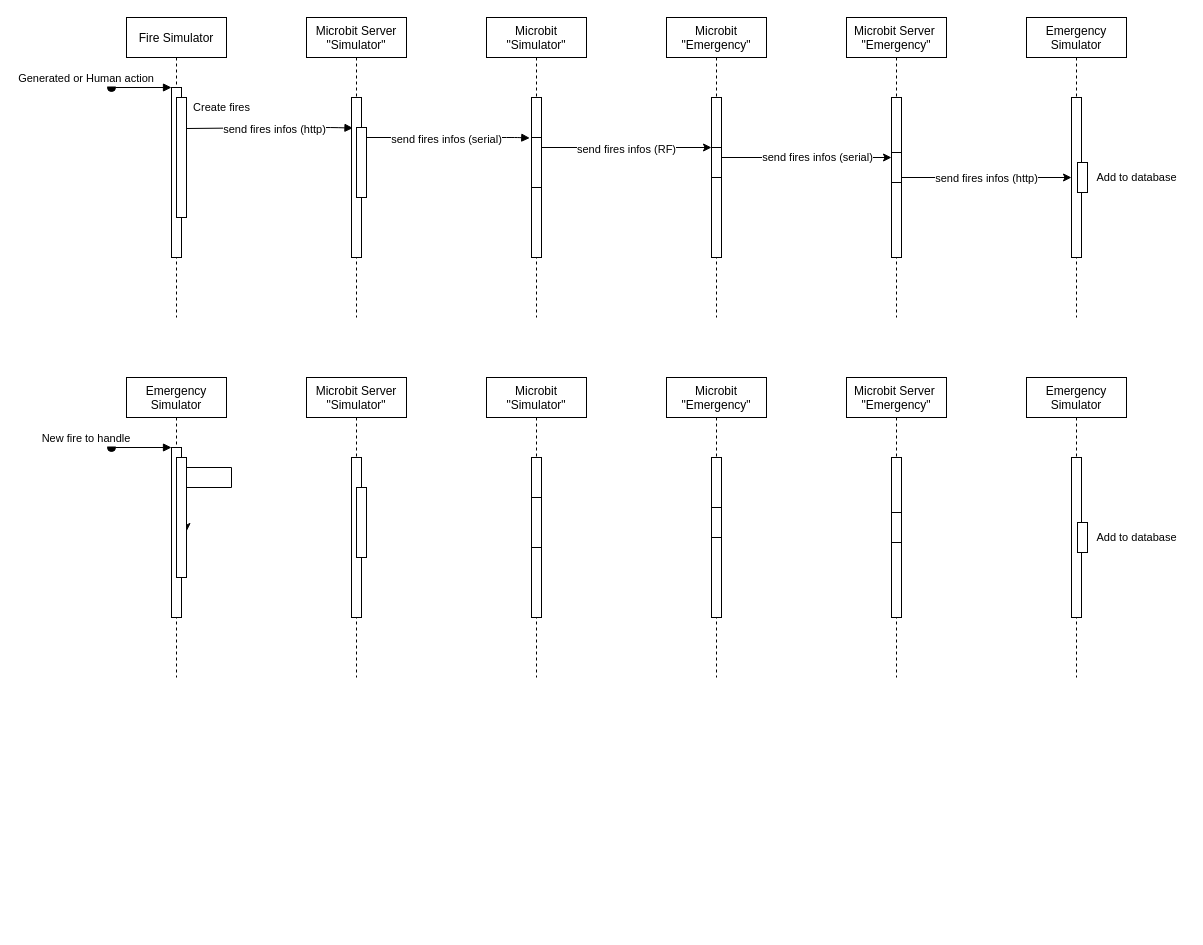
Above: diagrams/Detection feu.drawio in Elyspio/s7-projet-transversal-cpe (draw.io), before the change. Source tidied: cells renumbered, new cells numbered last; positions are measured from the earlier drawing's top-left corner, leaving out a move shared by most shapes. Both pictures are drawn from the tidied source at 100%, with x=0, y=0 at pixel (111, 17).
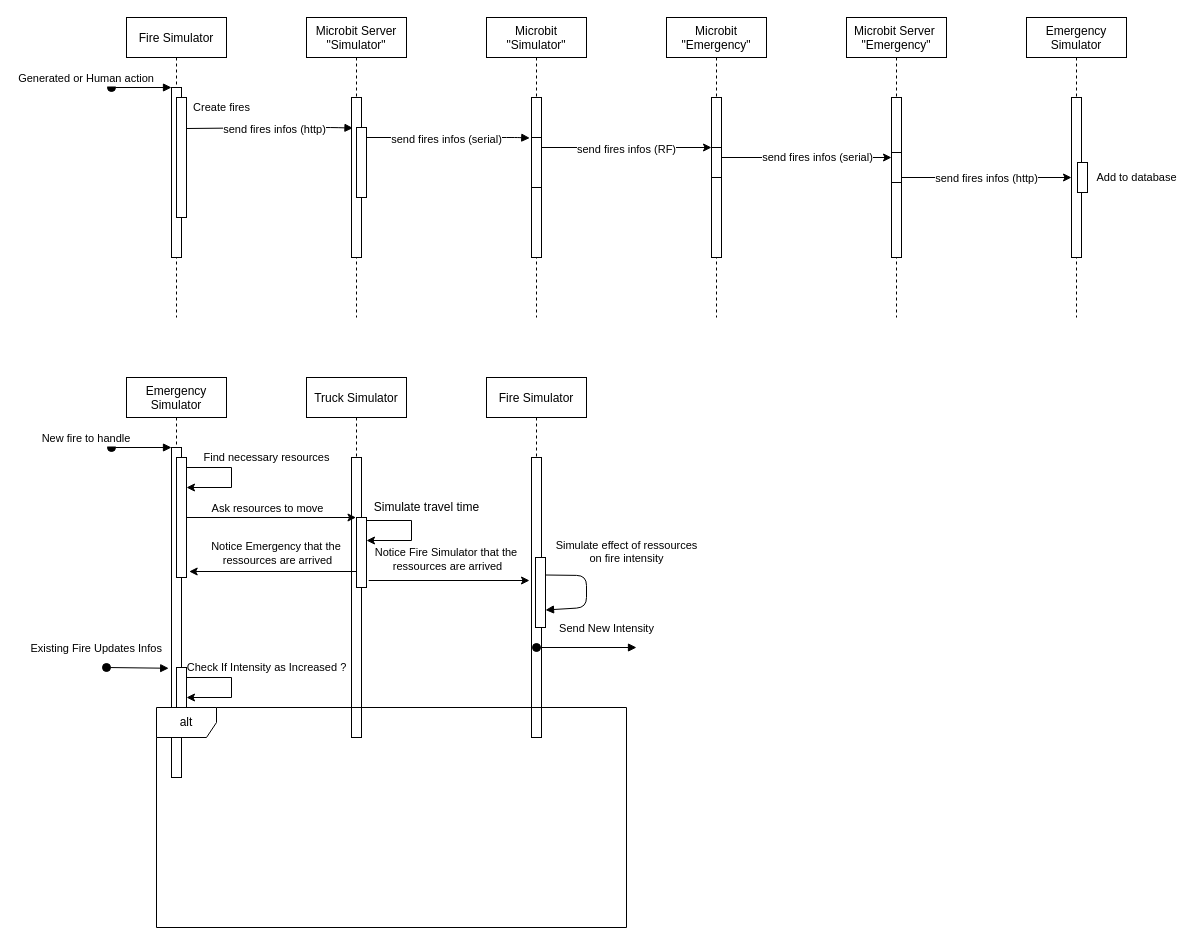
The same page after the edit.

Unchanged cells that the change refers to:
```xml
<mxCell id="52" style="rounded=0;whiteSpace=wrap;html=1;" parent="1" vertex="1">
  <mxGeometry x="65" y="440" width="10" height="120" as="geometry" />
</mxCell>
```

Diff of the diagram source:
```diff
@@
     <mxCell id="34" value="Emergency &#10;Simulator" style="shape=umlLifeline;perimeter=lifelinePerimeter;rounded=0;shadow=0;strokeWidth=1;" parent="1" vertex="1">
-      <mxGeometry x="15" y="360" width="100" height="300" as="geometry" />
+      <mxGeometry x="15" y="360" width="100" height="400" as="geometry" />
     </mxCell>
     <mxCell id="35" style="points=[];perimeter=orthogonalPerimeter;rounded=0;shadow=0;strokeWidth=1;" parent="34" vertex="1">
-      <mxGeometry x="45" y="70" width="10" height="170" as="geometry" />
+      <mxGeometry x="45" y="70" width="10" height="330" as="geometry" />
     </mxCell>
@@
+    <mxCell id="55" style="rounded=0;whiteSpace=wrap;html=1;" parent="34" vertex="1">
+      <mxGeometry x="50" y="290" width="10" height="50" as="geometry" />
+    </mxCell>
-    <mxCell id="37" value="Microbit Server &#10;&quot;Simulator&quot;" style="shape=umlLifeline;perimeter=lifelinePerimeter;rounded=0;shadow=0;strokeWidth=1;" parent="1" vertex="1">
-      <mxGeometry x="195" y="360" width="100" height="300" as="geometry" />
+    <mxCell id="37" value="Truck Simulator" style="shape=umlLifeline;perimeter=lifelinePerimeter;rounded=0;shadow=0;strokeWidth=1;" parent="1" vertex="1">
+      <mxGeometry x="195" y="360" width="100" height="360" as="geometry" />
     </mxCell>
     <mxCell id="38" style="perimeter=orthogonalPerimeter;rounded=0;shadow=0;strokeWidth=1;" parent="37" vertex="1">
-      <mxGeometry x="45" y="80" width="10" height="160" as="geometry" />
+      <mxGeometry x="45" y="80" width="10" height="280" as="geometry" />
     </mxCell>
-    <mxCell id="39" value="Microbit &#10;&quot;Simulator&quot;" style="shape=umlLifeline;perimeter=lifelinePerimeter;rounded=0;shadow=0;strokeWidth=1;" parent="1" vertex="1">
-      <mxGeometry x="375" y="360" width="100" height="300" as="geometry" />
+    <mxCell id="39" value="Fire Simulator" style="shape=umlLifeline;perimeter=lifelinePerimeter;rounded=0;shadow=0;strokeWidth=1;" parent="1" vertex="1">
+      <mxGeometry x="375" y="360" width="100" height="360" as="geometry" />
     </mxCell>
     <mxCell id="40" style="perimeter=orthogonalPerimeter;rounded=0;shadow=0;strokeWidth=1;" parent="39" vertex="1">
-      <mxGeometry x="45" y="80" width="10" height="160" as="geometry" />
+      <mxGeometry x="45" y="80" width="10" height="280" as="geometry" />
     </mxCell>
     <mxCell id="41" style="rounded=0;whiteSpace=wrap;html=1;" parent="39" vertex="1">
-      <mxGeometry x="45" y="120" width="10" height="50" as="geometry" />
+      <mxGeometry x="49" y="180" width="10" height="70" as="geometry" />
     </mxCell>
-    <mxCell id="42" value="Microbit &#10;&quot;Emergency&quot;" style="shape=umlLifeline;perimeter=lifelinePerimeter;rounded=0;shadow=0;strokeWidth=1;" parent="1" vertex="1">
-      <mxGeometry x="555" y="360" width="100" height="300" as="geometry" />
-    </mxCell>
-    <mxCell id="43" style="perimeter=orthogonalPerimeter;rounded=0;shadow=0;strokeWidth=1;" parent="42" vertex="1">
-      <mxGeometry x="45" y="80" width="10" height="160" as="geometry" />
-    </mxCell>
-    <mxCell id="44" style="rounded=0;whiteSpace=wrap;html=1;" parent="42" vertex="1">
-      <mxGeometry x="45" y="130" width="10" height="30" as="geometry" />
-    </mxCell>
-    <mxCell id="45" value="Microbit Server &#10;&quot;Emergency&quot;" style="shape=umlLifeline;perimeter=lifelinePerimeter;rounded=0;shadow=0;strokeWidth=1;" parent="1" vertex="1">
-      <mxGeometry x="735" y="360" width="100" height="300" as="geometry" />
-    </mxCell>
-    <mxCell id="46" style="perimeter=orthogonalPerimeter;rounded=0;shadow=0;strokeWidth=1;" parent="45" vertex="1">
-      <mxGeometry x="45" y="80" width="10" height="160" as="geometry" />
-    </mxCell>
-    <mxCell id="47" style="rounded=0;whiteSpace=wrap;html=1;" parent="45" vertex="1">
-      <mxGeometry x="45" y="135" width="10" height="30" as="geometry" />
-    </mxCell>
-    <mxCell id="48" value="Emergency &#10;Simulator" style="shape=umlLifeline;perimeter=lifelinePerimeter;rounded=0;shadow=0;strokeWidth=1;" parent="1" vertex="1">
-      <mxGeometry x="915" y="360" width="100" height="300" as="geometry" />
-    </mxCell>
-    <mxCell id="49" style="perimeter=orthogonalPerimeter;rounded=0;shadow=0;strokeWidth=1;" parent="48" vertex="1">
-      <mxGeometry x="45" y="80" width="10" height="160" as="geometry" />
-    </mxCell>
-    <mxCell id="50" style="rounded=0;whiteSpace=wrap;html=1;" parent="48" vertex="1">
-      <mxGeometry x="51" y="145" width="10" height="30" as="geometry" />
-    </mxCell>
+    <mxCell id="56" value="Simulate effect of ressources&lt;br&gt;on fire intensity" style="html=1;verticalAlign=bottom;endArrow=block;exitX=1;exitY=0.25;exitDx=0;exitDy=0;entryX=1;entryY=0.75;entryDx=0;entryDy=0;" parent="39" edge="1" source="41" target="41">
+      <mxGeometry x="-0.28" y="41" relative="1" as="geometry">
+        <Array as="points">
+          <mxPoint x="100" y="198" />
+          <mxPoint x="100" y="230" />
+        </Array>
+        <mxPoint x="-1" y="-8" as="offset" />
+      </mxGeometry>
+    </mxCell>
-    <mxCell id="51" style="edgeStyle=orthogonalEdgeStyle;rounded=0;orthogonalLoop=1;jettySize=auto;html=1;entryX=1;entryY=0.75;entryDx=0;entryDy=0;" parent="1" edge="1">
+    <mxCell id="51" style="edgeStyle=orthogonalEdgeStyle;rounded=0;jettySize=auto;html=1;entryX=1;entryY=0.25;entryDx=0;entryDy=0;" parent="1" edge="1" target="52">
       <mxGeometry relative="1" as="geometry">
         <mxPoint x="75" y="484" as="sourcePoint" />
-        <mxPoint x="75" y="514" as="targetPoint" />
         <Array as="points">
           <mxPoint x="75" y="450" />
           <mxPoint x="120" y="450" />
           <mxPoint x="120" y="470" />
-          <mxPoint x="75" y="470" />
         </Array>
       </mxGeometry>
     </mxCell>
+    <mxCell id="57" style="edgeStyle=orthogonalEdgeStyle;rounded=0;jettySize=auto;html=1;" parent="1" edge="1" source="52" target="37">
+      <mxGeometry relative="1" as="geometry">
+        <Array as="points">
+          <mxPoint x="195" y="500" />
+          <mxPoint x="195" y="500" />
+        </Array>
+      </mxGeometry>
+    </mxCell>
+    <mxCell id="58" value="Ask resources to move" style="edgeLabel;html=1;align=center;verticalAlign=middle;" parent="57" vertex="1">
+      <mxGeometry x="-0.25" relative="1" as="geometry">
+        <mxPoint x="16.6" y="-10" as="offset" />
+      </mxGeometry>
+    </mxCell>
@@
+    <mxCell id="59" style="edgeStyle=orthogonalEdgeStyle;rounded=0;jettySize=auto;html=1;exitX=1.219;exitY=0.902;exitDx=0;exitDy=0;exitPerimeter=0;" parent="1" edge="1" source="53">
+      <mxGeometry relative="1" as="geometry">
+        <mxPoint x="418" y="563" as="targetPoint" />
+        <Array as="points">
+          <mxPoint x="418" y="564" />
+        </Array>
+      </mxGeometry>
+    </mxCell>
+    <mxCell id="60" style="edgeStyle=orthogonalEdgeStyle;rounded=0;jettySize=auto;html=1;exitX=0;exitY=0.75;exitDx=0;exitDy=0;entryX=1.267;entryY=0.95;entryDx=0;entryDy=0;entryPerimeter=0;" parent="1" edge="1" source="53" target="52">
+      <mxGeometry relative="1" as="geometry">
+        <Array as="points">
+          <mxPoint x="245" y="554" />
+        </Array>
+      </mxGeometry>
+    </mxCell>
+    <mxCell id="61" value="Notice Emergency that the&amp;nbsp;&lt;br&gt;ressources are arrived" style="edgeLabel;html=1;align=center;verticalAlign=middle;" parent="60" vertex="1">
+      <mxGeometry x="0.17" relative="1" as="geometry">
+        <mxPoint x="17.5" y="-19" as="offset" />
+      </mxGeometry>
+    </mxCell>
     <mxCell id="53" style="rounded=0;whiteSpace=wrap;html=1;" parent="1" vertex="1">
-      <mxGeometry x="245" y="470" width="10" height="70" as="geometry" />
+      <mxGeometry x="245" y="500" width="10" height="70" as="geometry" />
     </mxCell>
-    <mxCell id="54" value="&lt;font style=&quot;font-size: 11px&quot;&gt;Add to database&lt;/font&gt;" style="text;html=1;align=center;verticalAlign=middle;" parent="1" vertex="1">
-      <mxGeometry x="975" y="510" width="100" height="20" as="geometry" />
-    </mxCell>
+    <mxCell id="62" value="&lt;font style=&quot;font-size: 11px&quot;&gt;Find necessary resources&lt;/font&gt;" style="text;html=1;align=center;verticalAlign=middle;" parent="1" vertex="1">
+      <mxGeometry x="85" y="430" width="140" height="20" as="geometry" />
+    </mxCell>
+    <mxCell id="63" style="edgeStyle=orthogonalEdgeStyle;rounded=0;orthogonalLoop=1;jettySize=auto;html=1;entryX=1;entryY=0.25;entryDx=0;entryDy=0;" parent="1" edge="1">
+      <mxGeometry relative="1" as="geometry">
+        <mxPoint x="255" y="537" as="sourcePoint" />
+        <mxPoint x="255" y="523" as="targetPoint" />
+        <Array as="points">
+          <mxPoint x="255" y="503" />
+          <mxPoint x="300" y="503" />
+          <mxPoint x="300" y="523" />
+        </Array>
+      </mxGeometry>
+    </mxCell>
+    <mxCell id="64" value="Simulate travel time" style="text;html=1;align=center;verticalAlign=middle;" parent="1" vertex="1">
+      <mxGeometry x="255" y="480" width="120" height="20" as="geometry" />
+    </mxCell>
+    <mxCell id="65" value="Notice Fire Simulator that the&amp;nbsp;&lt;br&gt;ressources are arrived" style="edgeLabel;html=1;align=center;verticalAlign=middle;" parent="1" vertex="1">
+      <mxGeometry x="335" y="541" as="geometry" />
+    </mxCell>
+    <mxCell id="66" value="Send New Intensity" style="html=1;verticalAlign=bottom;startArrow=oval;startFill=1;endArrow=block;startSize=8;" parent="1" edge="1">
+      <mxGeometry x="0.4" y="10" relative="1" as="geometry">
+        <mxPoint x="425" y="630" as="sourcePoint" />
+        <mxPoint x="525" y="630" as="targetPoint" />
+      </mxGeometry>
+    </mxCell>
+    <mxCell id="67" value="Existing Fire Updates Infos" style="verticalAlign=bottom;startArrow=oval;endArrow=block;startSize=8;shadow=0;strokeWidth=1;entryX=-0.281;entryY=0.669;entryDx=0;entryDy=0;entryPerimeter=0;" parent="1" edge="1" target="35">
+      <mxGeometry x="-1" y="14" relative="1" as="geometry">
+        <mxPoint x="-5" y="650" as="sourcePoint" />
+        <mxPoint x="-10" y="4" as="offset" />
+      </mxGeometry>
+    </mxCell>
+    <mxCell id="68" style="edgeStyle=orthogonalEdgeStyle;rounded=0;orthogonalLoop=1;jettySize=auto;html=1;entryX=1;entryY=0.25;entryDx=0;entryDy=0;" parent="1" edge="1">
+      <mxGeometry relative="1" as="geometry">
+        <mxPoint x="75" y="694" as="sourcePoint" />
+        <mxPoint x="75" y="680" as="targetPoint" />
+        <Array as="points">
+          <mxPoint x="75" y="660" />
+          <mxPoint x="120" y="660" />
+          <mxPoint x="120" y="680" />
+        </Array>
+      </mxGeometry>
+    </mxCell>
+    <mxCell id="69" value="&lt;font style=&quot;font-size: 11px&quot;&gt;Check If Intensity as Increased ?&lt;/font&gt;" style="text;html=1;align=center;verticalAlign=middle;" parent="1" vertex="1">
+      <mxGeometry x="70" y="640" width="170" height="20" as="geometry" />
+    </mxCell>
+    <mxCell id="70" value="alt" style="shape=umlFrame;whiteSpace=wrap;html=1;" parent="1" vertex="1">
+      <mxGeometry x="45" y="690" width="470" height="220" as="geometry" />
+    </mxCell>
```
